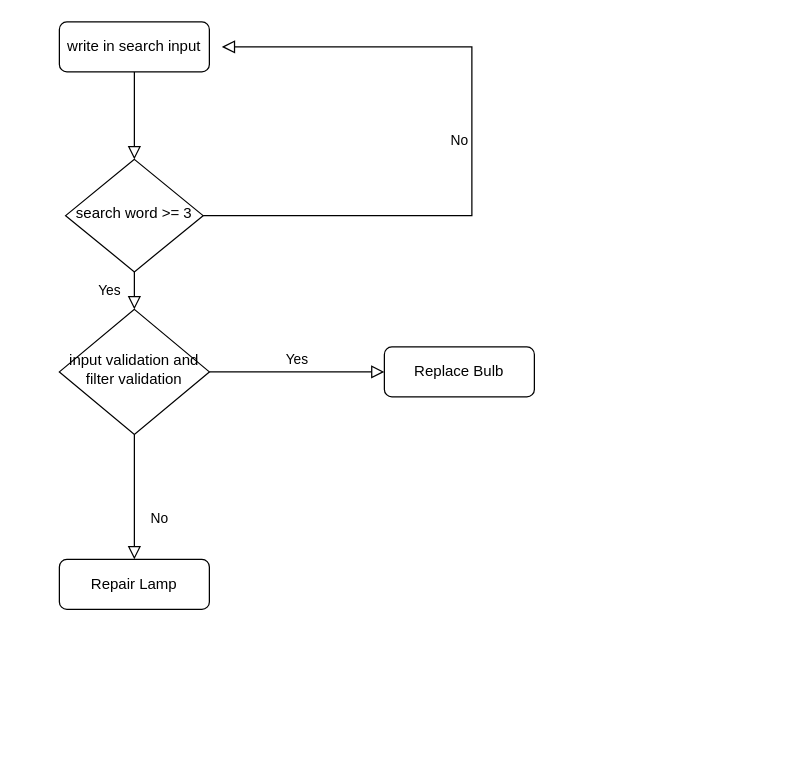
Above: assets/Untitled Diagram.drawio in VictorNain26/P7_Lenain_Victor (draw.io), before the change. Source tidied: cells renumbered, new cells numbered last; positions are measured from the earlier drawing's top-left corner, leaving out a move shared by most shapes. Both pictures are drawn from the tidied source at 125%, with x=0, y=0 at pixel (59, 21).
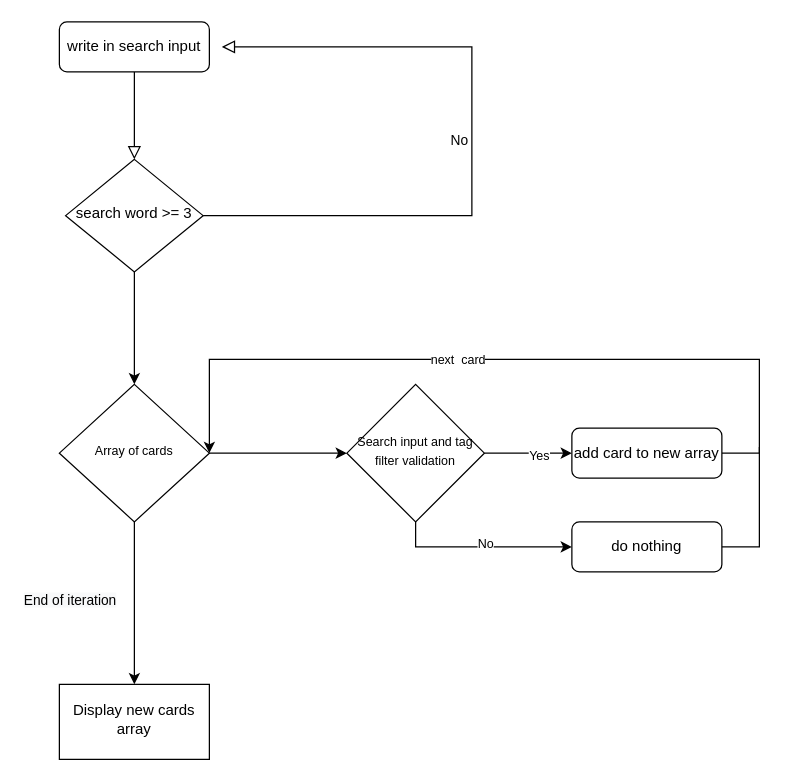
The same diagram, later.

Commit message:
algorigramme projet 7

Unchanged cells that the change refers to:
```xml
<mxCell id="6" value="search word &amp;gt;= 3" style="rhombus;whiteSpace=wrap;html=1;shadow=0;fontFamily=Helvetica;fontSize=12;align=center;strokeWidth=1;spacing=6;spacingTop=-4;" parent="1" vertex="1">
  <mxGeometry x="5" y="110" width="110" height="90" as="geometry" />
</mxCell>
```

Diff of the diagram source:
```diff
@@
+    <mxCell id="5" value="No" style="edgeStyle=orthogonalEdgeStyle;rounded=0;html=1;jettySize=auto;fontSize=11;endArrow=block;endFill=0;endSize=8;strokeWidth=1;shadow=0;labelBackgroundColor=none;exitX=1;exitY=0.5;exitDx=0;exitDy=0;" parent="1" edge="1" source="6">
+      <mxGeometry y="10" relative="1" as="geometry">
+        <mxPoint x="130" y="20" as="targetPoint" />
+        <Array as="points">
+          <mxPoint x="330" y="155" />
+          <mxPoint x="330" y="20" />
+        </Array>
+      </mxGeometry>
+    </mxCell>
-    <mxCell id="4" value="Yes" style="rounded=0;html=1;jettySize=auto;fontSize=11;endArrow=block;endFill=0;endSize=8;strokeWidth=1;shadow=0;labelBackgroundColor=none;edgeStyle=orthogonalEdgeStyle;" parent="1" edge="1" source="6" target="9">
-      <mxGeometry y="20" relative="1" as="geometry" />
+    <mxCell id="4" style="edgeStyle=orthogonalEdgeStyle;rounded=0;jettySize=auto;html=1;fontSize=10;" parent="1" edge="1" source="6" target="9">
+      <mxGeometry relative="1" as="geometry" />
     </mxCell>
-    <mxCell id="5" value="No" style="edgeStyle=orthogonalEdgeStyle;rounded=0;html=1;jettySize=auto;fontSize=11;endArrow=block;endFill=0;endSize=8;strokeWidth=1;shadow=0;labelBackgroundColor=none;exitX=1;exitY=0.5;exitDx=0;exitDy=0;" parent="1" edge="1" source="6">
-      <mxGeometry y="10" relative="1" as="geometry">
-        <mxPoint x="130" y="20" as="targetPoint" />
-        <Array as="points">
-          <mxPoint x="330" y="155" />
-          <mxPoint x="330" y="20" />
-        </Array>
-      </mxGeometry>
-    </mxCell>
@@
-    <mxCell id="7" value="No" style="rounded=0;html=1;jettySize=auto;fontSize=11;endArrow=block;endFill=0;endSize=8;strokeWidth=1;shadow=0;labelBackgroundColor=none;edgeStyle=orthogonalEdgeStyle;" parent="1" edge="1" source="9" target="10">
-      <mxGeometry x="0.33" y="20" relative="1" as="geometry" />
-    </mxCell>
-    <mxCell id="8" value="Yes" style="edgeStyle=orthogonalEdgeStyle;rounded=0;html=1;jettySize=auto;fontSize=11;endArrow=block;endFill=0;endSize=8;strokeWidth=1;shadow=0;labelBackgroundColor=none;" parent="1" edge="1" source="9" target="11">
-      <mxGeometry y="10" relative="1" as="geometry" />
-    </mxCell>
+    <mxCell id="12" style="edgeStyle=orthogonalEdgeStyle;rounded=0;jettySize=auto;html=1;fontSize=10;entryX=0.5;entryY=0;entryDx=0;entryDy=0;" parent="1" edge="1" source="9" target="14">
+      <mxGeometry relative="1" as="geometry" />
+    </mxCell>
+    <mxCell id="13" style="edgeStyle=orthogonalEdgeStyle;rounded=0;jettySize=auto;html=1;fontSize=10;" parent="1" edge="1" source="9" target="21">
+      <mxGeometry relative="1" as="geometry" />
+    </mxCell>
-    <mxCell id="9" value="input validation and filter validation" style="rhombus;whiteSpace=wrap;html=1;shadow=0;fontFamily=Helvetica;fontSize=12;align=center;strokeWidth=1;spacing=6;spacingTop=-4;" parent="1" vertex="1">
-      <mxGeometry y="230" width="120" height="100" as="geometry" />
+    <mxCell id="9" value="&lt;p style=&quot;line-height: 1.2;&quot;&gt;&lt;span style=&quot;background-color: initial; font-size: 10px;&quot;&gt;Array of cards&lt;/span&gt;&lt;br&gt;&lt;/p&gt;" style="rhombus;whiteSpace=wrap;html=1;shadow=0;fontFamily=Helvetica;fontSize=12;align=center;strokeWidth=1;spacing=6;spacingTop=-4;" parent="1" vertex="1">
+      <mxGeometry y="290" width="120" height="110" as="geometry" />
     </mxCell>
-    <mxCell id="10" value="Repair Lamp" style="rounded=1;whiteSpace=wrap;html=1;fontSize=12;glass=0;strokeWidth=1;shadow=0;" parent="1" vertex="1">
-      <mxGeometry y="430" width="120" height="40" as="geometry" />
+    <mxCell id="10" value="do nothing" style="rounded=1;whiteSpace=wrap;html=1;fontSize=12;glass=0;strokeWidth=1;shadow=0;" parent="1" vertex="1">
+      <mxGeometry x="410" y="400" width="120" height="40" as="geometry" />
     </mxCell>
+    <mxCell id="14" value="Display new cards array" style="whiteSpace=wrap;html=1;shadow=0;strokeWidth=1;spacing=6;spacingTop=-4;" parent="1" vertex="1">
+      <mxGeometry y="530" width="120" height="60" as="geometry" />
+    </mxCell>
+    <mxCell id="15" value="&lt;span style=&quot;color: rgb(0, 0, 0); font-family: Helvetica; font-size: 11px; font-style: normal; font-variant-ligatures: normal; font-variant-caps: normal; font-weight: 400; letter-spacing: normal; orphans: 2; text-align: center; text-indent: 0px; text-transform: none; widows: 2; word-spacing: 0px; -webkit-text-stroke-width: 0px; background-color: rgb(248, 249, 250); text-decoration-thickness: initial; text-decoration-style: initial; text-decoration-color: initial; float: none; display: inline !important;&quot;&gt;End of iteration&lt;/span&gt;" style="text;whiteSpace=wrap;html=1;fontSize=10;" parent="1" vertex="1">
+      <mxGeometry x="-30" y="450" width="80" height="20" as="geometry" />
+    </mxCell>
+    <mxCell id="16" style="edgeStyle=orthogonalEdgeStyle;rounded=0;jettySize=auto;html=1;fontSize=10;exitX=1;exitY=0.5;exitDx=0;exitDy=0;entryX=1;entryY=0.5;entryDx=0;entryDy=0;startArrow=none;" parent="1" edge="1" source="11" target="9">
+      <mxGeometry relative="1" as="geometry">
+        <Array as="points">
+          <mxPoint x="560" y="345" />
+          <mxPoint x="560" y="270" />
+          <mxPoint x="120" y="270" />
+        </Array>
+      </mxGeometry>
+    </mxCell>
+    <mxCell id="17" value="next&amp;nbsp; card" style="edgeLabel;html=1;align=center;verticalAlign=middle;fontSize=10;" parent="16" vertex="1">
+      <mxGeometry x="0.12" y="-1" relative="1" as="geometry" />
+    </mxCell>
+    <mxCell id="18" style="edgeStyle=orthogonalEdgeStyle;rounded=0;jettySize=auto;html=1;fontSize=10;" parent="1" edge="1" source="21" target="11">
+      <mxGeometry relative="1" as="geometry" />
+    </mxCell>
+    <mxCell id="19" value="Yes&lt;br&gt;" style="edgeLabel;html=1;align=center;verticalAlign=middle;fontSize=10;" parent="18" vertex="1">
+      <mxGeometry x="0.22" y="-1" relative="1" as="geometry" />
+    </mxCell>
+    <mxCell id="20" style="edgeStyle=orthogonalEdgeStyle;rounded=0;jettySize=auto;html=1;fontSize=10;entryX=0;entryY=0.5;entryDx=0;entryDy=0;exitX=0.5;exitY=1;exitDx=0;exitDy=0;" parent="1" edge="1" source="21" target="10">
+      <mxGeometry relative="1" as="geometry">
+        <Array as="points">
+          <mxPoint x="285" y="420" />
+        </Array>
+      </mxGeometry>
+    </mxCell>
+    <mxCell id="7" value="No&lt;br&gt;" style="edgeLabel;html=1;align=center;verticalAlign=middle;fontSize=10;" parent="20" vertex="1">
+      <mxGeometry x="0.04" y="4" relative="1" as="geometry" />
+    </mxCell>
+    <mxCell id="21" value="&lt;p style=&quot;line-height: 1.2;&quot;&gt;&lt;span style=&quot;background-color: initial; font-size: 10px;&quot;&gt;Search input and tag filter validation&lt;/span&gt;&lt;br&gt;&lt;/p&gt;" style="rhombus;whiteSpace=wrap;html=1;shadow=0;fontFamily=Helvetica;fontSize=12;align=center;strokeWidth=1;spacing=6;spacingTop=-4;" parent="1" vertex="1">
+      <mxGeometry x="230" y="290" width="110" height="110" as="geometry" />
+    </mxCell>
-    <mxCell id="11" value="Replace Bulb" style="rounded=1;whiteSpace=wrap;html=1;fontSize=12;glass=0;strokeWidth=1;shadow=0;" parent="1" vertex="1">
-      <mxGeometry x="260" y="260" width="120" height="40" as="geometry" />
+    <mxCell id="11" value="add card to new array" style="rounded=1;whiteSpace=wrap;html=1;fontSize=12;glass=0;strokeWidth=1;shadow=0;" parent="1" vertex="1">
+      <mxGeometry x="410" y="325" width="120" height="40" as="geometry" />
     </mxCell>
+    <mxCell id="22" style="endArrow=none;html=1;rounded=0;fontSize=10;" parent="1" edge="1">
+      <mxGeometry relative="1" as="geometry">
+        <mxPoint x="530" y="420" as="sourcePoint" />
+        <mxPoint x="560" y="340" as="targetPoint" />
+        <Array as="points">
+          <mxPoint x="560" y="420" />
+        </Array>
+      </mxGeometry>
+    </mxCell>
```
